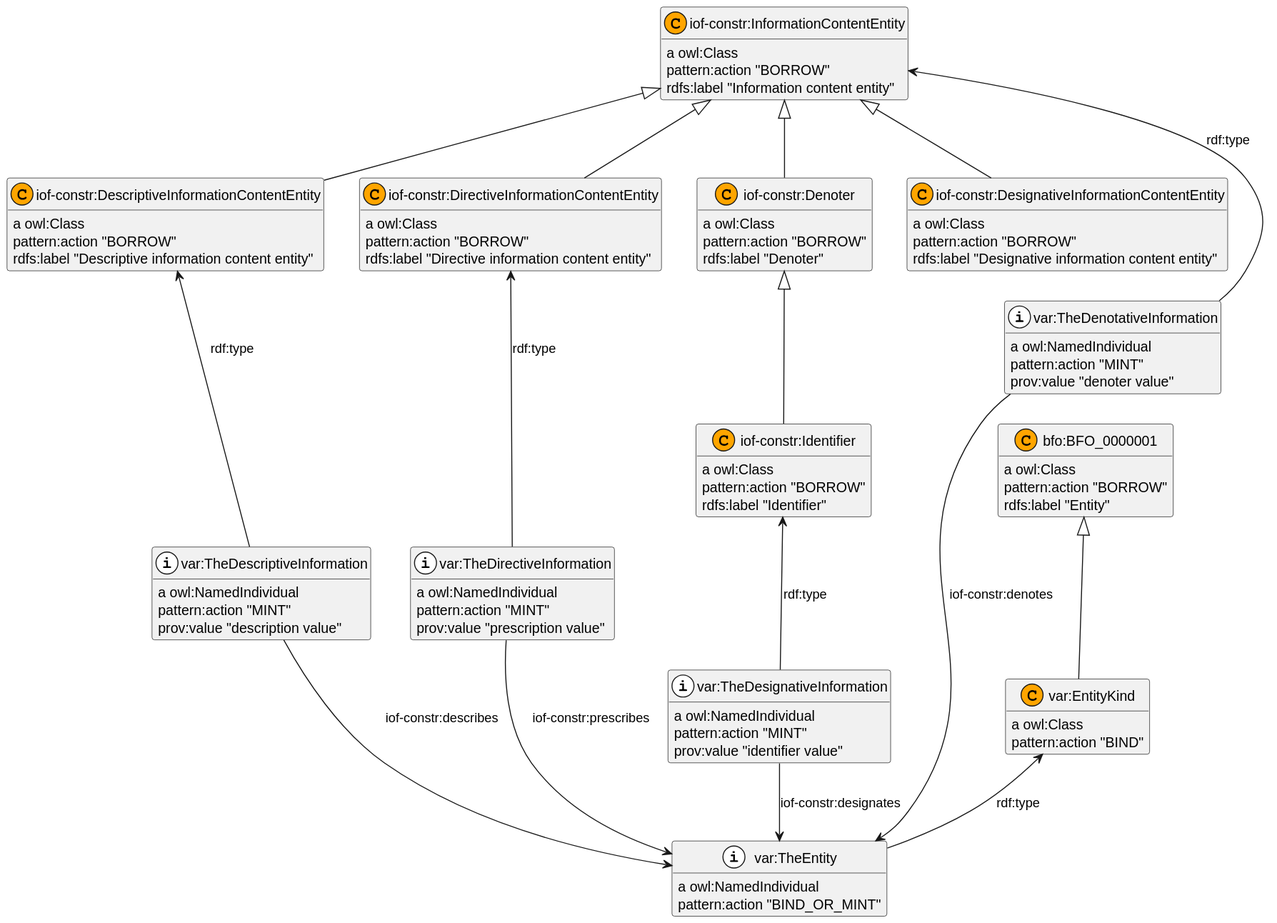
This is patterns/images/pattern-information-about-all.svg from johanwk/elot, a PlantUML export, as it was before one commit.
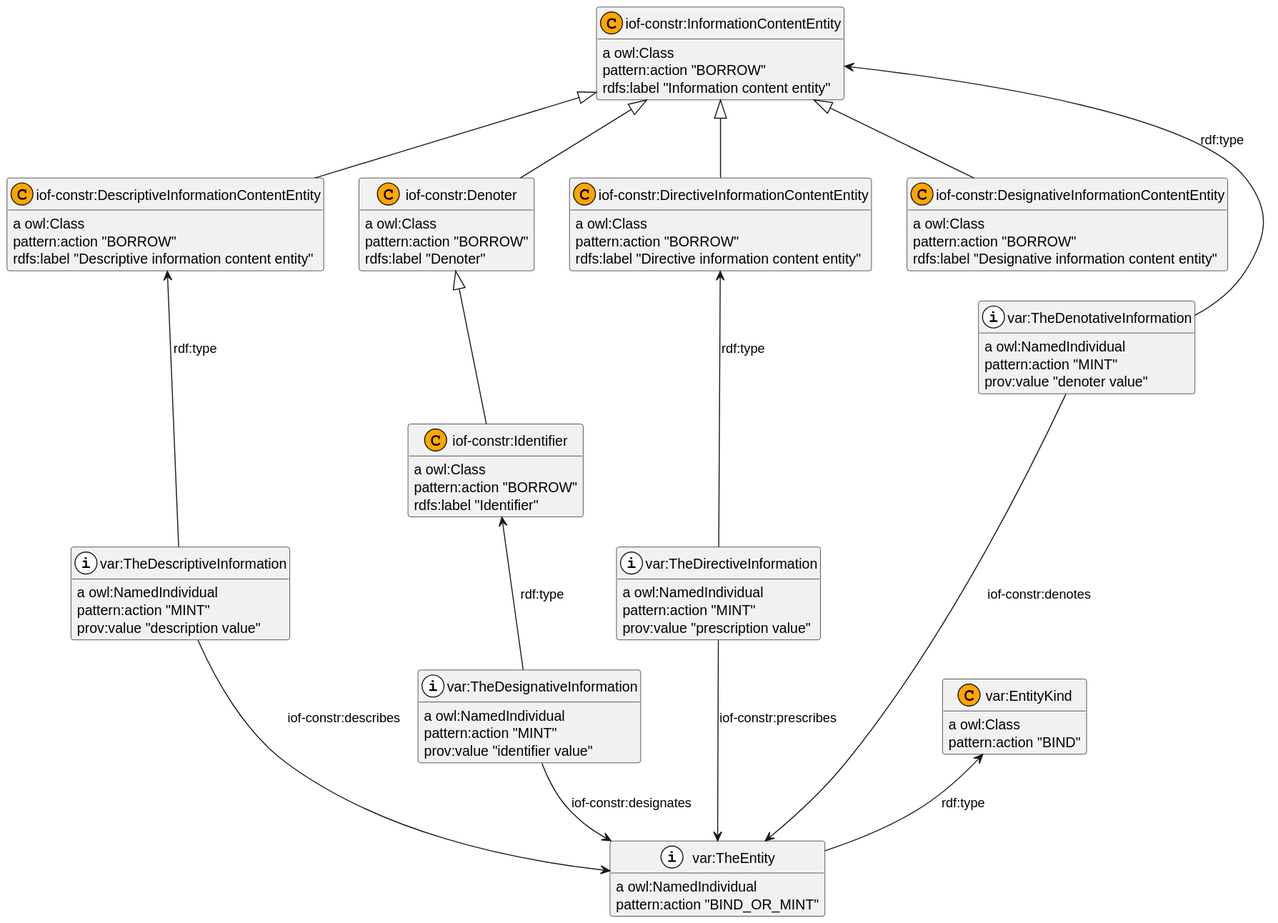
After the change.

What changed in the source:
```diff
@@ -2,13 +2,10 @@
 hide empty members
   hide circle
   skinparam classAttributeIconSize 0
-
+top to bottom direction
 class iof_constr_DescriptiveInformationContentEntity as "iof-constr:DescriptiveInformationContentEntity"
 class iof_constr_DescriptiveInformationContentEntity <<(C,Orange)>>
 show iof_constr_DescriptiveInformationContentEntity circle
-class bfo_BFO_0000001 as "bfo:BFO_0000001"
-class bfo_BFO_0000001 <<(C,Orange)>>
-show bfo_BFO_0000001 circle
 class iof_constr_DirectiveInformationContentEntity as "iof-constr:DirectiveInformationContentEntity"
 class iof_constr_DirectiveInformationContentEntity <<(C,Orange)>>
 show iof_constr_DirectiveInformationContentEntity circle
@@ -42,56 +39,52 @@
 class var_TheDirectiveInformation as "var:TheDirectiveInformation"
 class var_TheDirectiveInformation <<(i,White)>>
 show var_TheDirectiveInformation circle
-bfo_BFO_0000001 : {field} a owl:Class
-bfo_BFO_0000001 : {field} pattern:action "BORROW"
-bfo_BFO_0000001 : {field} rdfs:label "Entity"
-var_TheDenotativeInformation : {field} a owl:NamedIndividual
-var_TheDenotativeInformation -down-> var_TheEntity : iof-constr:denotes
-var_TheDenotativeInformation -up-> iof_constr_InformationContentEntity : rdf:type
-var_TheDenotativeInformation : {field} pattern:action "MINT"
-var_TheDenotativeInformation : {field} prov:value "denoter value"
-var_TheDesignativeInformation : {field} a owl:NamedIndividual
-var_TheDesignativeInformation -up-> iof_constr_Identifier : rdf:type
-var_TheDesignativeInformation -down-> var_TheEntity : iof-constr:designates
-var_TheDesignativeInformation : {field} pattern:action "MINT"
-var_TheDesignativeInformation : {field} prov:value "identifier value"
-iof_constr_Identifier : {field} a owl:Class
-iof_constr_Identifier -up-|> iof_constr_Denoter
-iof_constr_Identifier : {field} pattern:action "BORROW"
-iof_constr_Identifier : {field} rdfs:label "Identifier"
 iof_constr_InformationContentEntity : {field} a owl:Class
 iof_constr_InformationContentEntity : {field} pattern:action "BORROW"
 iof_constr_InformationContentEntity : {field} rdfs:label "Information content entity"
+var_TheEntity : {field} a owl:NamedIndividual
+var_TheEntity -up-> var_EntityKind : rdf:type
+var_TheEntity : {field} pattern:action "BIND_OR_MINT"
 iof_constr_DescriptiveInformationContentEntity : {field} a owl:Class
 iof_constr_DescriptiveInformationContentEntity -up-|> iof_constr_InformationContentEntity
 iof_constr_DescriptiveInformationContentEntity : {field} pattern:action "BORROW"
 iof_constr_DescriptiveInformationContentEntity : {field} rdfs:label "Descriptive information content entity"
-var_TheEntity : {field} a owl:NamedIndividual
-var_TheEntity -up-> var_EntityKind : rdf:type
-var_TheEntity : {field} pattern:action "BIND_OR_MINT"
+var_TheDesignativeInformation : {field} a owl:NamedIndividual
+var_TheDesignativeInformation -down-> var_TheEntity : iof-constr:designates
+var_TheDesignativeInformation -up-> iof_constr_Identifier : rdf:type
+var_TheDesignativeInformation : {field} pattern:action "MINT"
+var_TheDesignativeInformation : {field} prov:value "identifier value"
+var_TheDenotativeInformation : {field} a owl:NamedIndividual
+var_TheDenotativeInformation -up-> iof_constr_InformationContentEntity : rdf:type
+var_TheDenotativeInformation -down-> var_TheEntity : iof-constr:denotes
+var_TheDenotativeInformation : {field} pattern:action "MINT"
+var_TheDenotativeInformation : {field} prov:value "denoter value"
 var_TheDirectiveInformation : {field} a owl:NamedIndividual
 var_TheDirectiveInformation -down-> var_TheEntity : iof-constr:prescribes
 var_TheDirectiveInformation -up-> iof_constr_DirectiveInformationContentEntity : rdf:type
 var_TheDirectiveInformation : {field} pattern:action "MINT"
 var_TheDirectiveInformation : {field} prov:value "prescription value"
+iof_constr_DesignativeInformationContentEntity : {field} a owl:Class
+iof_constr_DesignativeInformationContentEntity -up-|> iof_constr_InformationContentEntity
+iof_constr_DesignativeInformationContentEntity : {field} pattern:action "BORROW"
+iof_constr_DesignativeInformationContentEntity : {field} rdfs:label "Designative information content entity"
+iof_constr_Denoter : {field} a owl:Class
+iof_constr_Denoter -up-|> iof_constr_InformationContentEntity
+iof_constr_Denoter : {field} pattern:action "BORROW"
+iof_constr_Denoter : {field} rdfs:label "Denoter"
+iof_constr_Identifier : {field} a owl:Class
+iof_constr_Identifier -up-|> iof_constr_Denoter
+iof_constr_Identifier : {field} pattern:action "BORROW"
+iof_constr_Identifier : {field} rdfs:label "Identifier"
+var_EntityKind : {field} a owl:Class
+var_EntityKind : {field} pattern:action "BIND"
+var_TheDescriptiveInformation : {field} a owl:NamedIndividual
+var_TheDescriptiveInformation -down-> var_TheEntity : iof-constr:describes
+var_TheDescriptiveInformation -up-> iof_constr_DescriptiveInformationContentEntity : rdf:type
+var_TheDescriptiveInformation : {field} pattern:action "MINT"
+var_TheDescriptiveInformation : {field} prov:value "description value"
 iof_constr_DirectiveInformationContentEntity : {field} a owl:Class
 iof_constr_DirectiveInformationContentEntity -up-|> iof_constr_InformationContentEntity
 iof_constr_DirectiveInformationContentEntity : {field} pattern:action "BORROW"
 iof_constr_DirectiveInformationContentEntity : {field} rdfs:label "Directive information content entity"
-var_TheDescriptiveInformation : {field} a owl:NamedIndividual
-var_TheDescriptiveInformation -up-> iof_constr_DescriptiveInformationContentEntity : rdf:type
-var_TheDescriptiveInformation -down-> var_TheEntity : iof-constr:describes
-var_TheDescriptiveInformation : {field} pattern:action "MINT"
-var_TheDescriptiveInformation : {field} prov:value "description value"
-var_EntityKind : {field} a owl:Class
-var_EntityKind -up-|> bfo_BFO_0000001
-var_EntityKind : {field} pattern:action "BIND"
-iof_constr_Denoter : {field} a owl:Class
-iof_constr_Denoter -up-|> iof_constr_InformationContentEntity
-iof_constr_Denoter : {field} pattern:action "BORROW"
-iof_constr_Denoter : {field} rdfs:label "Denoter"
-iof_constr_DesignativeInformationContentEntity : {field} a owl:Class
-iof_constr_DesignativeInformationContentEntity -up-|> iof_constr_InformationContentEntity
-iof_constr_DesignativeInformationContentEntity : {field} pattern:action "BORROW"
-iof_constr_DesignativeInformationContentEntity : {field} rdfs:label "Designative information content entity"
 @enduml
```
